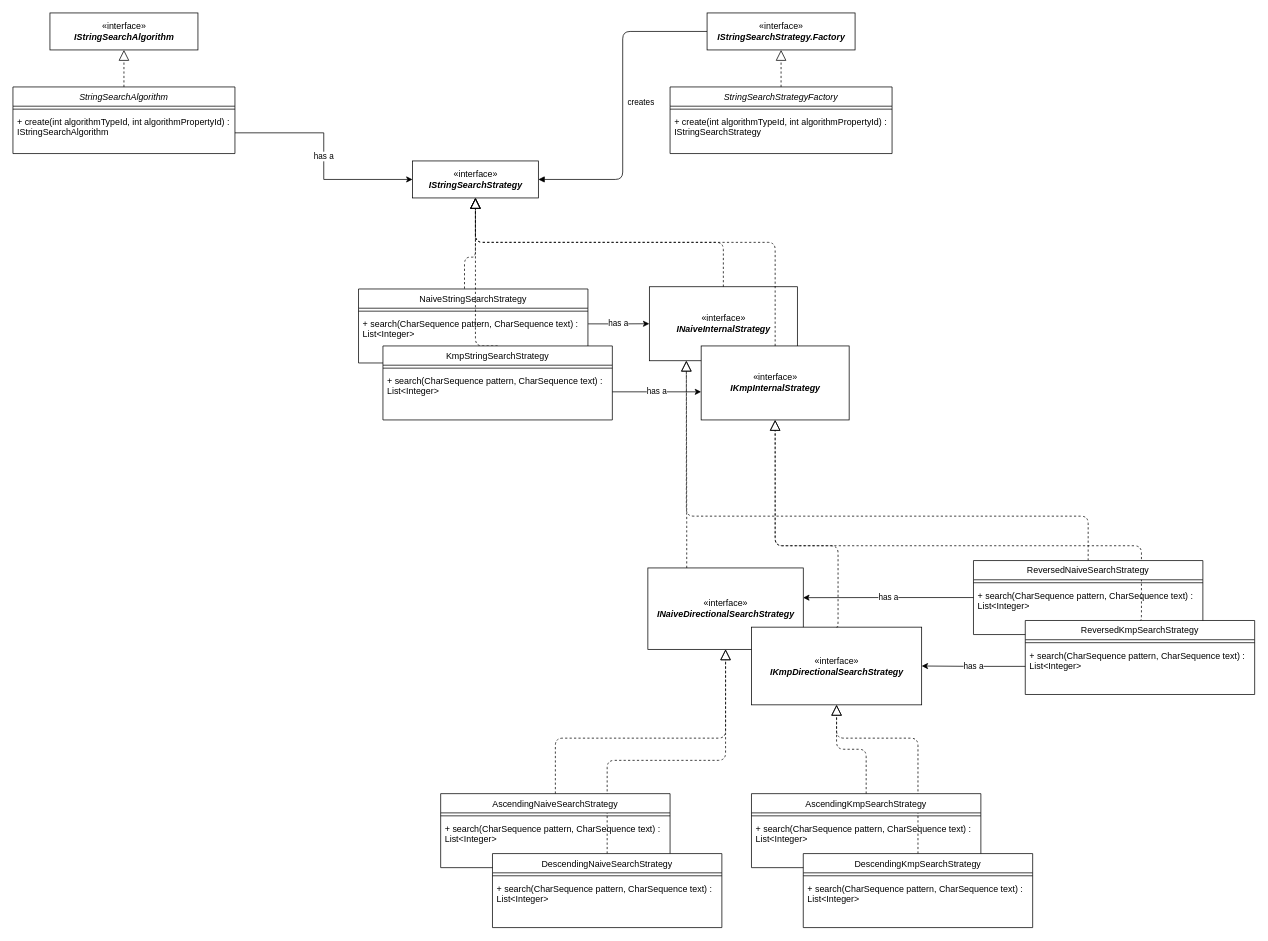
Earlier version of the draw.io diagram Server/algorithms_UML.drawio (cohenItay/Client-Server-project). Source tidied: cells renumbered, new cells numbered last; positions are measured from the earlier drawing's top-left corner, leaving out a move shared by most shapes. Both pictures are drawn from the tidied source at 74%, with x=0, y=0 at pixel (13, 13).
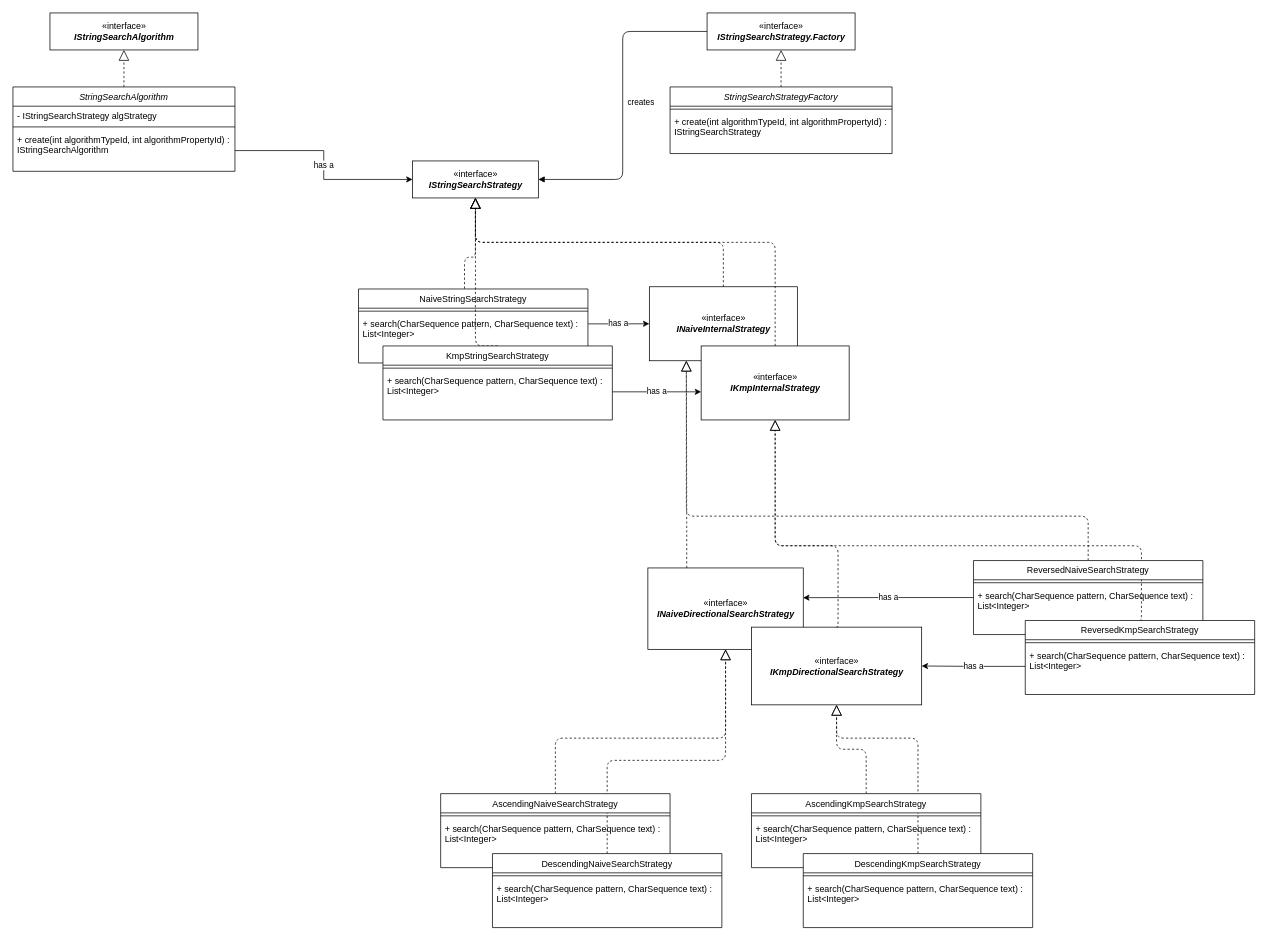
The same diagram, later.

Change to the diagram source:
```diff
@@
     <mxCell id="52" value="StringSearchAlgorithm" style="swimlane;fontStyle=2;align=center;verticalAlign=top;horizontal=1;startSize=26;rounded=0;shadow=0;strokeWidth=1;" parent="1" vertex="1">
-      <mxGeometry y="100" width="300" height="90" as="geometry" />
+      <mxGeometry y="100" width="300" height="114" as="geometry" />
     </mxCell>
+    <mxCell id="59" value="- IStringSearchStrategy algStrategy" style="text;align=left;verticalAlign=top;spacingLeft=4;spacingRight=4;overflow=hidden;whiteSpace=wrap;" parent="52" vertex="1">
+      <mxGeometry y="26" width="300" height="24" as="geometry" />
+    </mxCell>
     <mxCell id="53" style="line;html=1;strokeWidth=1;align=left;verticalAlign=middle;spacingTop=-1;spacingLeft=3;spacingRight=3;labelPosition=right;" parent="52" vertex="1">
-      <mxGeometry y="26" width="300" height="8" as="geometry" />
+      <mxGeometry y="50" width="300" height="8" as="geometry" />
     </mxCell>
     <mxCell id="54" value="+ create(int algorithmTypeId, int algorithmPropertyId) : IStringSearchAlgorithm" style="text;align=left;verticalAlign=top;spacingLeft=4;spacingRight=4;overflow=hidden;points=[[0,0.5],[1,0.5]];portConstraint=eastwest;whiteSpace=wrap;" parent="52" vertex="1">
-      <mxGeometry y="34" width="300" height="56" as="geometry" />
+      <mxGeometry y="58" width="300" height="56" as="geometry" />
     </mxCell>
```
